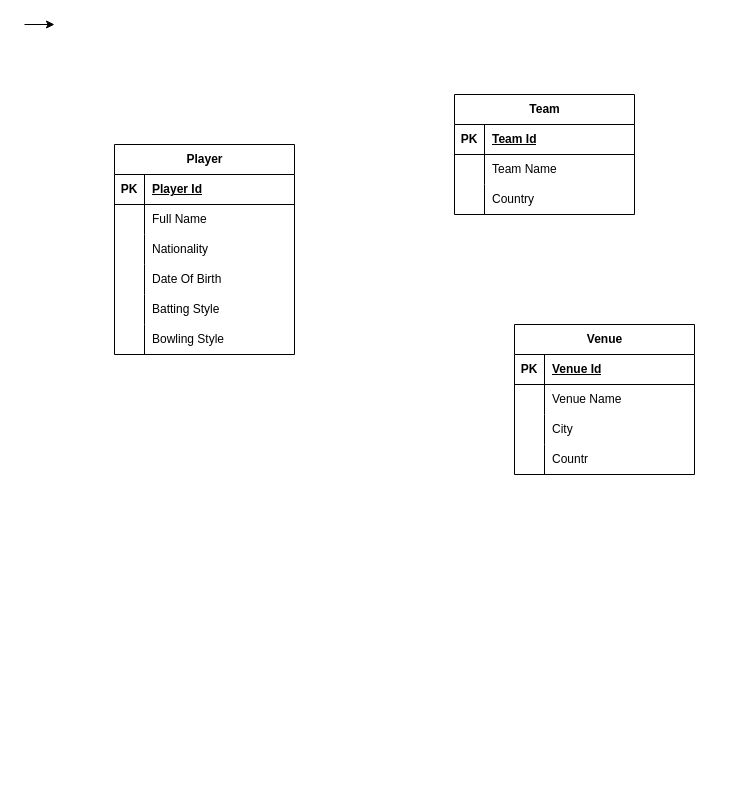
SarthakPaandey/Randomproj keeps this draw.io diagram as Untitled Diagram.drawio. Above is the earlier version. Source tidied: cells renumbered, new cells numbered last; positions are measured from the earlier drawing's top-left corner, leaving out a move shared by most shapes. Both pictures are drawn from the tidied source at 100%, with x=0, y=0 at pixel (24, 24).
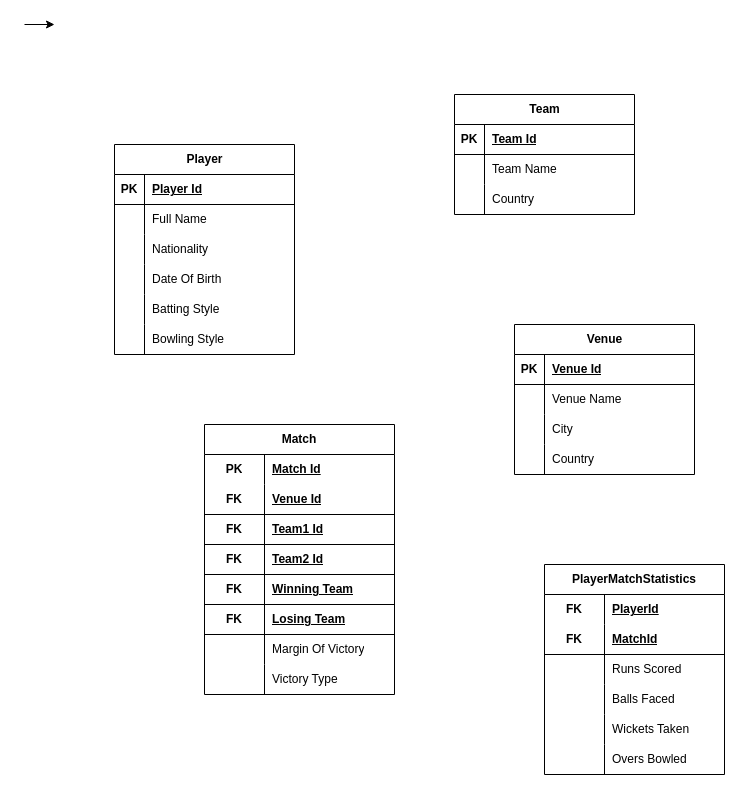
The same page after the edit.

Unchanged cells that the change refers to:
```xml
<mxCell id="42" style="shape=tableRow;horizontal=0;startSize=0;swimlaneHead=0;swimlaneBody=0;fillColor=none;top=0;left=0;right=0;bottom=0;" parent="32" vertex="1">
  <mxGeometry y="120" width="180" height="30" as="geometry" />
</mxCell>
```

The edit, as a diff of the source:
```diff
@@
-    <mxCell id="44" value="Countr" style="shape=partialRectangle;fillColor=none;top=0;left=0;bottom=0;right=0;align=left;spacingLeft=6;overflow=hidden;whiteSpace=wrap;html=1;" parent="42" vertex="1">
+    <mxCell id="44" value="Country" style="shape=partialRectangle;fillColor=none;top=0;left=0;bottom=0;right=0;align=left;spacingLeft=6;overflow=hidden;whiteSpace=wrap;html=1;" parent="42" vertex="1">
       <mxGeometry x="30" width="150" height="30" as="geometry" />
     </mxCell>
+    <mxCell id="45" value="Match" style="shape=table;startSize=30;childLayout=tableLayout;rowLines=0;fontStyle=1;align=center;html=1;whiteSpace=wrap;" parent="1" vertex="1">
+      <mxGeometry x="180" y="400" width="190" height="270" as="geometry" />
+    </mxCell>
+    <mxCell id="46" style="shape=tableRow;horizontal=0;startSize=0;swimlaneHead=0;swimlaneBody=0;fillColor=none;top=0;left=0;right=0;bottom=0;html=1;" parent="45" vertex="1">
+      <mxGeometry y="30" width="190" height="30" as="geometry" />
+    </mxCell>
+    <mxCell id="47" value="PK" style="shape=partialRectangle;fillColor=none;top=0;left=0;bottom=0;right=0;fontStyle=1;overflow=hidden;html=1;whiteSpace=wrap;" parent="46" vertex="1">
+      <mxGeometry width="60" height="30" as="geometry" />
+    </mxCell>
+    <mxCell id="48" value="Match Id" style="shape=partialRectangle;fillColor=none;top=0;left=0;bottom=0;right=0;align=left;spacingLeft=6;fontStyle=5;overflow=hidden;html=1;whiteSpace=wrap;" parent="46" vertex="1">
+      <mxGeometry x="60" width="130" height="30" as="geometry" />
+    </mxCell>
+    <mxCell id="49" style="shape=tableRow;horizontal=0;startSize=0;swimlaneHead=0;swimlaneBody=0;fillColor=none;top=0;left=0;right=0;bottom=1;html=1;" parent="45" vertex="1">
+      <mxGeometry y="60" width="190" height="30" as="geometry" />
+    </mxCell>
+    <mxCell id="50" value="FK" style="shape=partialRectangle;fillColor=none;top=0;left=0;bottom=0;right=0;fontStyle=1;overflow=hidden;html=1;whiteSpace=wrap;" parent="49" vertex="1">
+      <mxGeometry width="60" height="30" as="geometry" />
+    </mxCell>
+    <mxCell id="51" value="Venue Id" style="shape=partialRectangle;fillColor=none;top=0;left=0;bottom=0;right=0;align=left;spacingLeft=6;fontStyle=5;overflow=hidden;html=1;whiteSpace=wrap;" parent="49" vertex="1">
+      <mxGeometry x="60" width="130" height="30" as="geometry" />
+    </mxCell>
+    <mxCell id="52" style="shape=tableRow;horizontal=0;startSize=0;swimlaneHead=0;swimlaneBody=0;fillColor=none;top=0;left=0;right=0;bottom=1;html=1;" parent="45" vertex="1">
+      <mxGeometry y="90" width="190" height="30" as="geometry" />
+    </mxCell>
+    <mxCell id="53" value="FK" style="shape=partialRectangle;fillColor=none;top=0;left=0;bottom=0;right=0;fontStyle=1;overflow=hidden;html=1;whiteSpace=wrap;" parent="52" vertex="1">
+      <mxGeometry width="60" height="30" as="geometry" />
+    </mxCell>
+    <mxCell id="54" value="Team1 Id" style="shape=partialRectangle;fillColor=none;top=0;left=0;bottom=0;right=0;align=left;spacingLeft=6;fontStyle=5;overflow=hidden;html=1;whiteSpace=wrap;" parent="52" vertex="1">
+      <mxGeometry x="60" width="130" height="30" as="geometry" />
+    </mxCell>
+    <mxCell id="55" style="shape=tableRow;horizontal=0;startSize=0;swimlaneHead=0;swimlaneBody=0;fillColor=none;top=0;left=0;right=0;bottom=1;html=1;" parent="45" vertex="1">
+      <mxGeometry y="120" width="190" height="30" as="geometry" />
+    </mxCell>
+    <mxCell id="56" value="FK" style="shape=partialRectangle;fillColor=none;top=0;left=0;bottom=0;right=0;fontStyle=1;overflow=hidden;html=1;whiteSpace=wrap;" parent="55" vertex="1">
+      <mxGeometry width="60" height="30" as="geometry" />
+    </mxCell>
+    <mxCell id="57" value="Team2 Id" style="shape=partialRectangle;fillColor=none;top=0;left=0;bottom=0;right=0;align=left;spacingLeft=6;fontStyle=5;overflow=hidden;html=1;whiteSpace=wrap;" parent="55" vertex="1">
+      <mxGeometry x="60" width="130" height="30" as="geometry" />
+    </mxCell>
+    <mxCell id="58" style="shape=tableRow;horizontal=0;startSize=0;swimlaneHead=0;swimlaneBody=0;fillColor=none;top=0;left=0;right=0;bottom=1;html=1;" parent="45" vertex="1">
+      <mxGeometry y="150" width="190" height="30" as="geometry" />
+    </mxCell>
+    <mxCell id="59" value="FK" style="shape=partialRectangle;fillColor=none;top=0;left=0;bottom=0;right=0;fontStyle=1;overflow=hidden;html=1;whiteSpace=wrap;" parent="58" vertex="1">
+      <mxGeometry width="60" height="30" as="geometry" />
+    </mxCell>
+    <mxCell id="60" value="Winning Team" style="shape=partialRectangle;fillColor=none;top=0;left=0;bottom=0;right=0;align=left;spacingLeft=6;fontStyle=5;overflow=hidden;html=1;whiteSpace=wrap;" parent="58" vertex="1">
+      <mxGeometry x="60" width="130" height="30" as="geometry" />
+    </mxCell>
+    <mxCell id="61" style="shape=tableRow;horizontal=0;startSize=0;swimlaneHead=0;swimlaneBody=0;fillColor=none;top=0;left=0;right=0;bottom=1;html=1;" parent="45" vertex="1">
+      <mxGeometry y="180" width="190" height="30" as="geometry" />
+    </mxCell>
+    <mxCell id="62" value="FK" style="shape=partialRectangle;fillColor=none;top=0;left=0;bottom=0;right=0;fontStyle=1;overflow=hidden;html=1;whiteSpace=wrap;" parent="61" vertex="1">
+      <mxGeometry width="60" height="30" as="geometry" />
+    </mxCell>
+    <mxCell id="63" value="Losing Team" style="shape=partialRectangle;fillColor=none;top=0;left=0;bottom=0;right=0;align=left;spacingLeft=6;fontStyle=5;overflow=hidden;html=1;whiteSpace=wrap;" parent="61" vertex="1">
+      <mxGeometry x="60" width="130" height="30" as="geometry" />
+    </mxCell>
+    <mxCell id="64" style="shape=tableRow;horizontal=0;startSize=0;swimlaneHead=0;swimlaneBody=0;fillColor=none;top=0;left=0;right=0;bottom=0;html=1;" parent="45" vertex="1">
+      <mxGeometry y="210" width="190" height="30" as="geometry" />
+    </mxCell>
+    <mxCell id="65" style="shape=partialRectangle;fillColor=none;top=0;left=0;bottom=0;right=0;overflow=hidden;html=1;whiteSpace=wrap;" parent="64" vertex="1">
+      <mxGeometry width="60" height="30" as="geometry" />
+    </mxCell>
+    <mxCell id="66" value="Margin Of Victory" style="shape=partialRectangle;fillColor=none;top=0;left=0;bottom=0;right=0;align=left;spacingLeft=6;overflow=hidden;html=1;whiteSpace=wrap;" parent="64" vertex="1">
+      <mxGeometry x="60" width="130" height="30" as="geometry" />
+    </mxCell>
+    <mxCell id="67" style="shape=tableRow;horizontal=0;startSize=0;swimlaneHead=0;swimlaneBody=0;fillColor=none;top=0;left=0;right=0;bottom=0;html=1;" parent="45" vertex="1">
+      <mxGeometry y="240" width="190" height="30" as="geometry" />
+    </mxCell>
+    <mxCell id="68" style="shape=partialRectangle;fillColor=none;top=0;left=0;bottom=0;right=0;overflow=hidden;html=1;whiteSpace=wrap;" parent="67" vertex="1">
+      <mxGeometry width="60" height="30" as="geometry" />
+    </mxCell>
+    <mxCell id="69" value="Victory Type" style="shape=partialRectangle;fillColor=none;top=0;left=0;bottom=0;right=0;align=left;spacingLeft=6;overflow=hidden;html=1;whiteSpace=wrap;" parent="67" vertex="1">
+      <mxGeometry x="60" width="130" height="30" as="geometry" />
+    </mxCell>
+    <mxCell id="70" value="PlayerMatchStatistics" style="shape=table;startSize=30;childLayout=tableLayout;rowLines=0;fontStyle=1;align=center;html=1;whiteSpace=wrap;" parent="1" vertex="1">
+      <mxGeometry x="520" y="540" width="180" height="210" as="geometry" />
+    </mxCell>
+    <mxCell id="71" style="shape=tableRow;horizontal=0;startSize=0;swimlaneHead=0;swimlaneBody=0;fillColor=none;top=0;left=0;right=0;bottom=0;html=1;" parent="70" vertex="1">
+      <mxGeometry y="30" width="180" height="30" as="geometry" />
+    </mxCell>
+    <mxCell id="72" value="FK" style="shape=partialRectangle;fillColor=none;top=0;left=0;bottom=0;right=0;fontStyle=1;overflow=hidden;html=1;whiteSpace=wrap;" parent="71" vertex="1">
+      <mxGeometry width="60" height="30" as="geometry" />
+    </mxCell>
+    <mxCell id="73" value="PlayerId" style="shape=partialRectangle;fillColor=none;top=0;left=0;bottom=0;right=0;align=left;spacingLeft=6;fontStyle=5;overflow=hidden;html=1;whiteSpace=wrap;" parent="71" vertex="1">
+      <mxGeometry x="60" width="120" height="30" as="geometry" />
+    </mxCell>
+    <mxCell id="74" style="shape=tableRow;horizontal=0;startSize=0;swimlaneHead=0;swimlaneBody=0;fillColor=none;top=0;left=0;right=0;bottom=1;html=1;" parent="70" vertex="1">
+      <mxGeometry y="60" width="180" height="30" as="geometry" />
+    </mxCell>
+    <mxCell id="75" value="FK" style="shape=partialRectangle;fillColor=none;top=0;left=0;bottom=0;right=0;fontStyle=1;overflow=hidden;html=1;whiteSpace=wrap;" parent="74" vertex="1">
+      <mxGeometry width="60" height="30" as="geometry" />
+    </mxCell>
+    <mxCell id="76" value="MatchId" style="shape=partialRectangle;fillColor=none;top=0;left=0;bottom=0;right=0;align=left;spacingLeft=6;fontStyle=5;overflow=hidden;html=1;whiteSpace=wrap;" parent="74" vertex="1">
+      <mxGeometry x="60" width="120" height="30" as="geometry" />
+    </mxCell>
+    <mxCell id="77" style="shape=tableRow;horizontal=0;startSize=0;swimlaneHead=0;swimlaneBody=0;fillColor=none;top=0;left=0;right=0;bottom=0;html=1;" parent="70" vertex="1">
+      <mxGeometry y="90" width="180" height="30" as="geometry" />
+    </mxCell>
+    <mxCell id="78" style="shape=partialRectangle;fillColor=none;top=0;left=0;bottom=0;right=0;overflow=hidden;html=1;whiteSpace=wrap;" parent="77" vertex="1">
+      <mxGeometry width="60" height="30" as="geometry" />
+    </mxCell>
+    <mxCell id="79" value="Runs Scored " style="shape=partialRectangle;fillColor=none;top=0;left=0;bottom=0;right=0;align=left;spacingLeft=6;overflow=hidden;html=1;whiteSpace=wrap;" parent="77" vertex="1">
+      <mxGeometry x="60" width="120" height="30" as="geometry" />
+    </mxCell>
+    <mxCell id="80" style="shape=tableRow;horizontal=0;startSize=0;swimlaneHead=0;swimlaneBody=0;fillColor=none;top=0;left=0;right=0;bottom=0;html=1;" parent="70" vertex="1">
+      <mxGeometry y="120" width="180" height="30" as="geometry" />
+    </mxCell>
+    <mxCell id="81" style="shape=partialRectangle;fillColor=none;top=0;left=0;bottom=0;right=0;overflow=hidden;html=1;whiteSpace=wrap;" parent="80" vertex="1">
+      <mxGeometry width="60" height="30" as="geometry" />
+    </mxCell>
+    <mxCell id="82" value="Balls Faced" style="shape=partialRectangle;fillColor=none;top=0;left=0;bottom=0;right=0;align=left;spacingLeft=6;overflow=hidden;html=1;whiteSpace=wrap;" parent="80" vertex="1">
+      <mxGeometry x="60" width="120" height="30" as="geometry" />
+    </mxCell>
+    <mxCell id="83" style="shape=tableRow;horizontal=0;startSize=0;swimlaneHead=0;swimlaneBody=0;fillColor=none;top=0;left=0;right=0;bottom=0;html=1;" parent="70" vertex="1">
+      <mxGeometry y="150" width="180" height="30" as="geometry" />
+    </mxCell>
+    <mxCell id="84" style="shape=partialRectangle;fillColor=none;top=0;left=0;bottom=0;right=0;overflow=hidden;html=1;whiteSpace=wrap;" parent="83" vertex="1">
+      <mxGeometry width="60" height="30" as="geometry" />
+    </mxCell>
+    <mxCell id="85" value="Wickets Taken" style="shape=partialRectangle;fillColor=none;top=0;left=0;bottom=0;right=0;align=left;spacingLeft=6;overflow=hidden;html=1;whiteSpace=wrap;" parent="83" vertex="1">
+      <mxGeometry x="60" width="120" height="30" as="geometry" />
+    </mxCell>
+    <mxCell id="86" style="shape=tableRow;horizontal=0;startSize=0;swimlaneHead=0;swimlaneBody=0;fillColor=none;top=0;left=0;right=0;bottom=0;html=1;" parent="70" vertex="1">
+      <mxGeometry y="180" width="180" height="30" as="geometry" />
+    </mxCell>
+    <mxCell id="87" style="shape=partialRectangle;fillColor=none;top=0;left=0;bottom=0;right=0;overflow=hidden;html=1;whiteSpace=wrap;" parent="86" vertex="1">
+      <mxGeometry width="60" height="30" as="geometry" />
+    </mxCell>
+    <mxCell id="88" value="Overs Bowled" style="shape=partialRectangle;fillColor=none;top=0;left=0;bottom=0;right=0;align=left;spacingLeft=6;overflow=hidden;html=1;whiteSpace=wrap;" parent="86" vertex="1">
+      <mxGeometry x="60" width="120" height="30" as="geometry" />
+    </mxCell>
```
